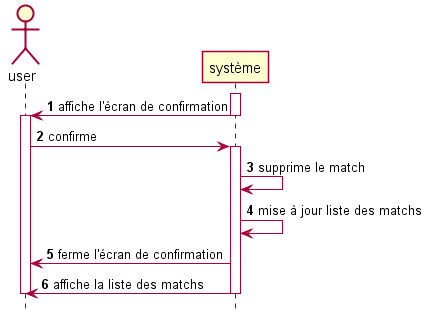
Before: ANC3-Diagramme/UC_DELETE_MATCH/SSD_DELETE_MATCH.png, a diagram exported from PlantUML (MatildeGr/Java-Tournament-Management). Source of this version:
```plantuml
@startuml SSD_DELETE_MATCH
autonumber
hide footbox
skinparam shadowing false

actor user as u
participant système as s
activate s
s -> u :affiche l'écran de confirmation
deactivate s
activate u
u -> s :confirme

activate s
s -> s :supprime le match
s -> s :mise à jour liste des matchs
s -> u :ferme l'écran de confirmation
s -> u :affiche la liste des matchs
deactivate s
deactivate u
@enduml
```
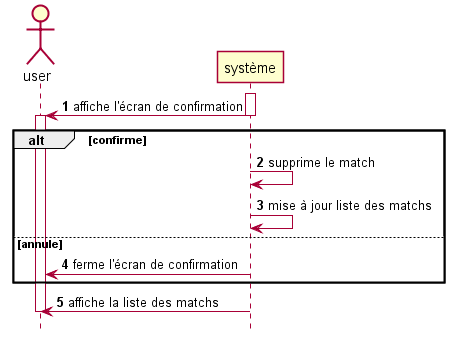
After the change.

Commit message:
SD_DELETE : ajout if confirme else cancel

The edit, as a diff of the source:
```diff
@@ -9,13 +9,14 @@
 s -> u :affiche l'écran de confirmation
 deactivate s
 activate u
-u -> s :confirme
-
-activate s
+alt confirme
 s -> s :supprime le match
 s -> s :mise à jour liste des matchs
+else annule
 s -> u :ferme l'écran de confirmation
+end
 s -> u :affiche la liste des matchs
 deactivate s
 deactivate u
+
 @enduml
```
